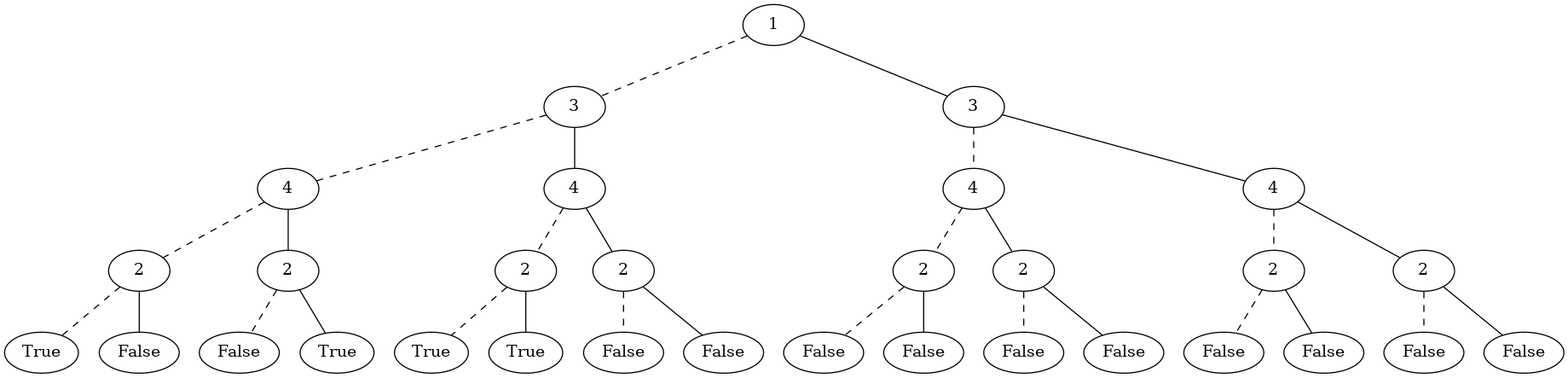
The Graphviz diagram graph_image/decision_tree_2.gv.png in khiem2105/ROBDD, before a commit. Its source is kept beside it as graph_image/decision_tree_2.gv.
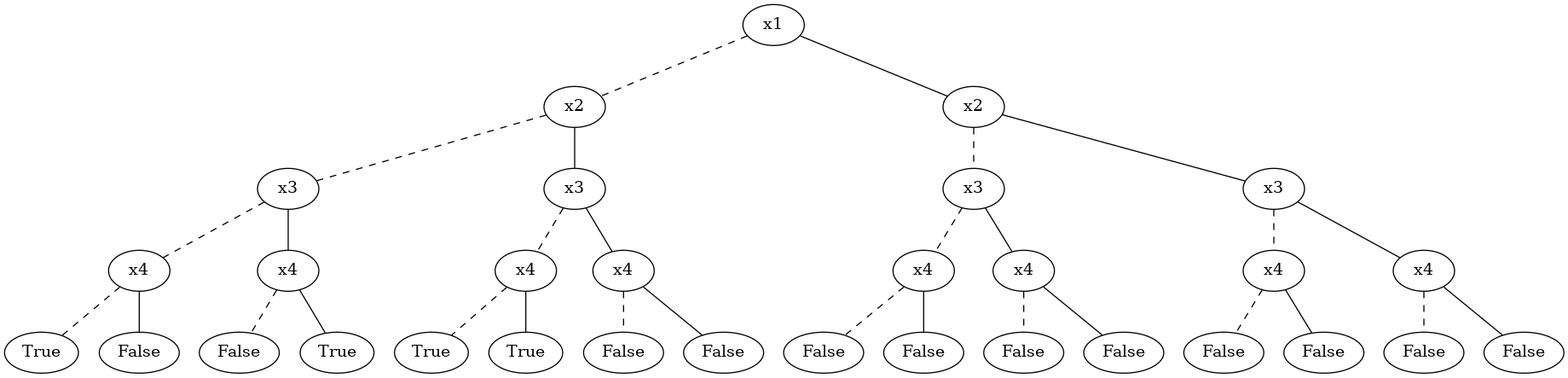
The same file after the commit.

Change to the diagram source:
```diff
@@ -1,63 +1,63 @@
 graph decision_tree_2 {
-	140569657101856 [label=1]
-	140569657055600 [label=3]
-	140569657101856 -- 140569657055600 [style=dashed]
-	140569657057040 [label=4]
-	140569657055600 -- 140569657057040 [style=dashed]
-	140569657053536 [label=2]
-	140569657057040 -- 140569657053536 [style=dashed]
-	140569657054496 [label=True]
-	140569657053536 -- 140569657054496 [style=dashed]
-	140569657054784 [label=False]
-	140569657053536 -- 140569657054784
-	140569657099216 [label=2]
-	140569657057040 -- 140569657099216
-	140569657055360 [label=False]
-	140569657099216 -- 140569657055360 [style=dashed]
-	140569657099024 [label=True]
-	140569657099216 -- 140569657099024
-	140569657098496 [label=4]
-	140569657055600 -- 140569657098496
-	140569657099648 [label=2]
-	140569657098496 -- 140569657099648 [style=dashed]
-	140569657099936 [label=True]
-	140569657099648 -- 140569657099936 [style=dashed]
-	140569657099744 [label=True]
-	140569657099648 -- 140569657099744
-	140569657100416 [label=2]
-	140569657098496 -- 140569657100416
-	140569657100560 [label=False]
-	140569657100416 -- 140569657100560 [style=dashed]
-	140569657100320 [label=False]
-	140569657100416 -- 140569657100320
-	140569657100080 [label=3]
-	140569657101856 -- 140569657100080
-	140569657099360 [label=4]
-	140569657100080 -- 140569657099360 [style=dashed]
-	140569657099888 [label=2]
-	140569657099360 -- 140569657099888 [style=dashed]
-	140569657100224 [label=False]
-	140569657099888 -- 140569657100224 [style=dashed]
-	140569657099696 [label=False]
-	140569657099888 -- 140569657099696
-	140569657100992 [label=2]
-	140569657099360 -- 140569657100992
-	140569657101952 [label=False]
-	140569657100992 -- 140569657101952 [style=dashed]
-	140569657101568 [label=False]
-	140569657100992 -- 140569657101568
-	140569657101040 [label=4]
-	140569657100080 -- 140569657101040
-	140569657101424 [label=2]
-	140569657101040 -- 140569657101424 [style=dashed]
-	140569657099312 [label=False]
-	140569657101424 -- 140569657099312 [style=dashed]
-	140569657099552 [label=False]
-	140569657101424 -- 140569657099552
-	140569657101616 [label=2]
-	140569657101040 -- 140569657101616
-	140569657101472 [label=False]
-	140569657101616 -- 140569657101472 [style=dashed]
-	140569657102240 [label=False]
-	140569657101616 -- 140569657102240
+	140331402935840 [label=x1]
+	140331402513232 [label=x2]
+	140331402935840 -- 140331402513232 [style=dashed]
+	140331402513184 [label=x3]
+	140331402513232 -- 140331402513184 [style=dashed]
+	140331402512560 [label=x4]
+	140331402513184 -- 140331402512560 [style=dashed]
+	140331402510928 [label=True]
+	140331402512560 -- 140331402510928 [style=dashed]
+	140331402510448 [label=False]
+	140331402512560 -- 140331402510448
+	140331402511168 [label=x4]
+	140331402513184 -- 140331402511168
+	140331402513568 [label=False]
+	140331402511168 -- 140331402513568 [style=dashed]
+	140331402513856 [label=True]
+	140331402511168 -- 140331402513856
+	140331402510592 [label=x3]
+	140331402513232 -- 140331402510592
+	140331402510400 [label=x4]
+	140331402510592 -- 140331402510400 [style=dashed]
+	140331402513760 [label=True]
+	140331402510400 -- 140331402513760 [style=dashed]
+	140331402512176 [label=True]
+	140331402510400 -- 140331402512176
+	140331402513616 [label=x4]
+	140331402510592 -- 140331402513616
+	140331402514144 [label=False]
+	140331402513616 -- 140331402514144 [style=dashed]
+	140331402512704 [label=False]
+	140331402513616 -- 140331402512704
+	140331402512608 [label=x2]
+	140331402935840 -- 140331402512608
+	140331402513424 [label=x3]
+	140331402512608 -- 140331402513424 [style=dashed]
+	140331402512272 [label=x4]
+	140331402513424 -- 140331402512272 [style=dashed]
+	140331402512320 [label=False]
+	140331402512272 -- 140331402512320 [style=dashed]
+	140331402512800 [label=False]
+	140331402512272 -- 140331402512800
+	140331402512896 [label=x4]
+	140331402513424 -- 140331402512896
+	140331402512512 [label=False]
+	140331402512896 -- 140331402512512 [style=dashed]
+	140331402514240 [label=False]
+	140331402512896 -- 140331402514240
+	140331402513712 [label=x3]
+	140331402512608 -- 140331402513712
+	140331402512032 [label=x4]
+	140331402513712 -- 140331402512032 [style=dashed]
+	140331402514192 [label=False]
+	140331402512032 -- 140331402514192 [style=dashed]
+	140331402513520 [label=False]
+	140331402512032 -- 140331402513520
+	140331952537024 [label=x4]
+	140331402513712 -- 140331952537024
+	140331402513664 [label=False]
+	140331952537024 -- 140331402513664 [style=dashed]
+	140331952536928 [label=False]
+	140331952537024 -- 140331952536928
 }
```
